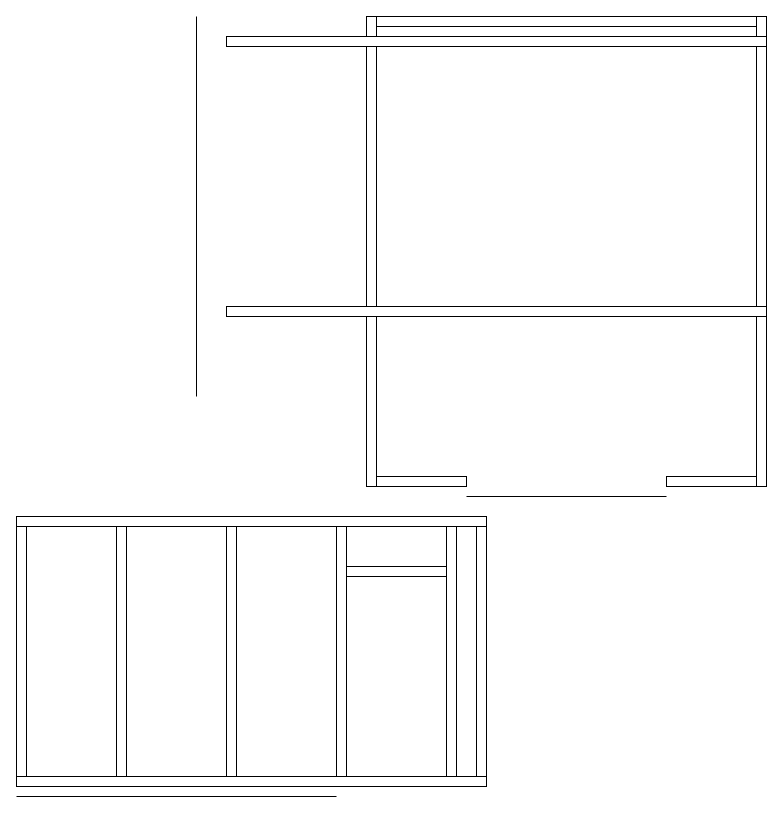
This is Garage_01.drawio from joschinger-github/garage, a draw.io file, before an edit. Source tidied: cells renumbered, new cells numbered last; positions are measured from the earlier drawing's top-left corner, leaving out a move shared by most shapes. Both pictures are drawn from the tidied source at 100%, with x=0, y=0 at pixel (16, 16).
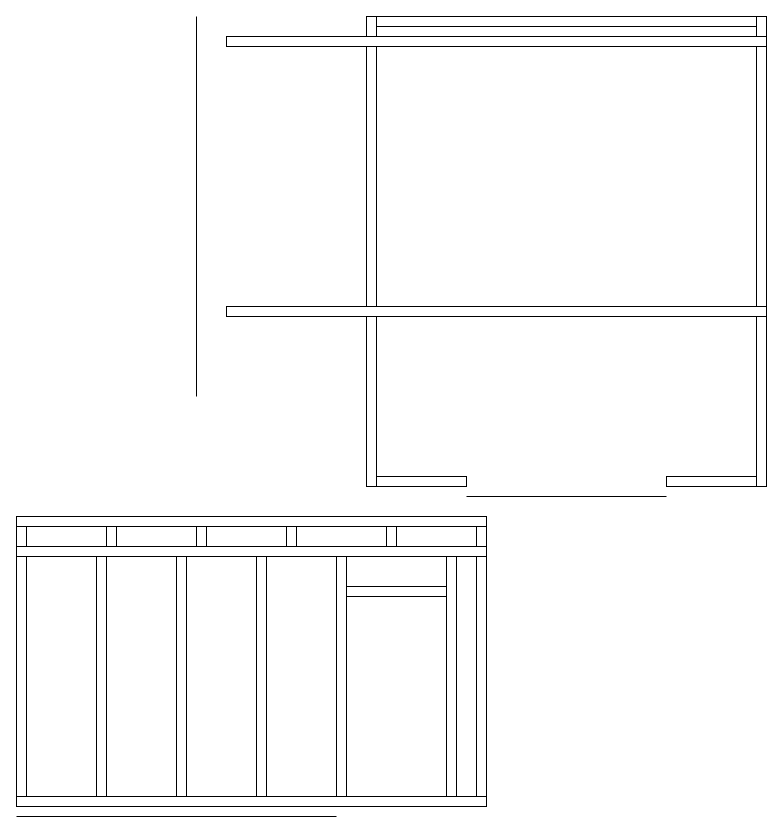
The same diagram, later.

What changed in the source:
```diff
@@
     <mxCell id="7" style="rounded=0;whiteSpace=wrap;html=1;" parent="1" vertex="1">
-      <mxGeometry y="760" width="470" height="10" as="geometry" />
+      <mxGeometry y="780" width="470" height="10" as="geometry" />
     </mxCell>
     <mxCell id="8" style="rounded=0;whiteSpace=wrap;html=1;" parent="1" vertex="1">
-      <mxGeometry y="510" width="10" height="250" as="geometry" />
+      <mxGeometry y="540" width="10" height="240" as="geometry" />
     </mxCell>
     <mxCell id="9" style="rounded=0;whiteSpace=wrap;html=1;" parent="1" vertex="1">
-      <mxGeometry x="460" y="510" width="10" height="250" as="geometry" />
+      <mxGeometry x="460" y="540" width="10" height="240" as="geometry" />
     </mxCell>
     <mxCell id="10" style="rounded=0;whiteSpace=wrap;html=1;" parent="1" vertex="1">
-      <mxGeometry y="500" width="470" height="10" as="geometry" />
+      <mxGeometry y="530" width="470" height="10" as="geometry" />
     </mxCell>
     <mxCell id="11" style="rounded=0;whiteSpace=wrap;html=1;" parent="1" vertex="1">
-      <mxGeometry x="100" y="510" width="10" height="250" as="geometry" />
+      <mxGeometry x="80" y="540" width="10" height="240" as="geometry" />
     </mxCell>
     <mxCell id="12" style="rounded=0;whiteSpace=wrap;html=1;" parent="1" vertex="1">
-      <mxGeometry x="210" y="510" width="10" height="250" as="geometry" />
+      <mxGeometry x="240" y="540" width="10" height="240" as="geometry" />
     </mxCell>
     <mxCell id="13" style="endArrow=none;html=1;rounded=0;" parent="1" edge="1">
       <mxGeometry relative="1" as="geometry">
-        <mxPoint y="780" as="sourcePoint" />
-        <mxPoint x="320" y="780" as="targetPoint" />
+        <mxPoint y="800" as="sourcePoint" />
+        <mxPoint x="320" y="800" as="targetPoint" />
       </mxGeometry>
     </mxCell>
     <mxCell id="14" style="rounded=0;whiteSpace=wrap;html=1;" parent="1" vertex="1">
-      <mxGeometry x="320" y="510" width="10" height="250" as="geometry" />
+      <mxGeometry x="320" y="540" width="10" height="240" as="geometry" />
     </mxCell>
     <mxCell id="15" style="rounded=0;whiteSpace=wrap;html=1;" parent="1" vertex="1">
-      <mxGeometry x="430" y="510" width="10" height="250" as="geometry" />
+      <mxGeometry x="430" y="540" width="10" height="240" as="geometry" />
     </mxCell>
     <mxCell id="16" style="rounded=0;whiteSpace=wrap;html=1;" parent="1" vertex="1">
-      <mxGeometry x="330" y="550" width="100" height="10" as="geometry" />
+      <mxGeometry x="330" y="570" width="100" height="10" as="geometry" />
     </mxCell>
@@
+    <mxCell id="21" style="rounded=0;whiteSpace=wrap;html=1;" parent="1" vertex="1">
+      <mxGeometry y="510" width="10" height="20" as="geometry" />
+    </mxCell>
+    <mxCell id="22" style="rounded=0;whiteSpace=wrap;html=1;" parent="1" vertex="1">
+      <mxGeometry x="90" y="510" width="10" height="20" as="geometry" />
+    </mxCell>
+    <mxCell id="23" style="rounded=0;whiteSpace=wrap;html=1;" parent="1" vertex="1">
+      <mxGeometry x="160" y="540" width="10" height="240" as="geometry" />
+    </mxCell>
+    <mxCell id="24" style="rounded=0;whiteSpace=wrap;html=1;" parent="1" vertex="1">
+      <mxGeometry x="180" y="510" width="10" height="20" as="geometry" />
+    </mxCell>
+    <mxCell id="25" style="rounded=0;whiteSpace=wrap;html=1;" parent="1" vertex="1">
+      <mxGeometry x="270" y="510" width="10" height="20" as="geometry" />
+    </mxCell>
+    <mxCell id="26" style="rounded=0;whiteSpace=wrap;html=1;" parent="1" vertex="1">
+      <mxGeometry x="460" y="510" width="10" height="20" as="geometry" />
+    </mxCell>
+    <mxCell id="27" style="rounded=0;whiteSpace=wrap;html=1;" parent="1" vertex="1">
+      <mxGeometry x="370" y="510" width="10" height="20" as="geometry" />
+    </mxCell>
+    <mxCell id="28" style="rounded=0;whiteSpace=wrap;html=1;" parent="1" vertex="1">
+      <mxGeometry y="500" width="470" height="10" as="geometry" />
+    </mxCell>
```
